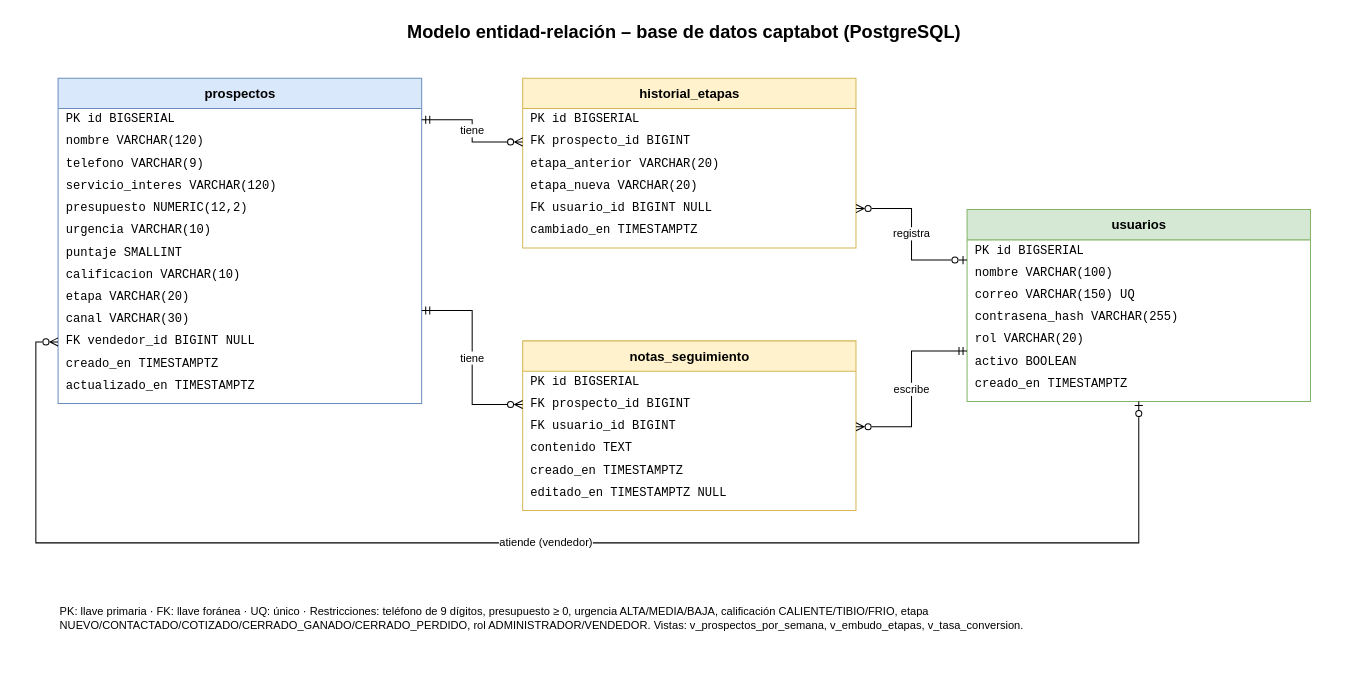
The draw.io diagram docs/diagramas/modelo-entidad-relacion.drawio in dwisardev/captabot-error404, before the edit. Source tidied: cells renumbered, new cells numbered last; positions are measured from the earlier drawing's top-left corner, leaving out a move shared by most shapes. Both pictures are drawn from the tidied source at 101%, with x=0, y=0 at pixel (17, 17).
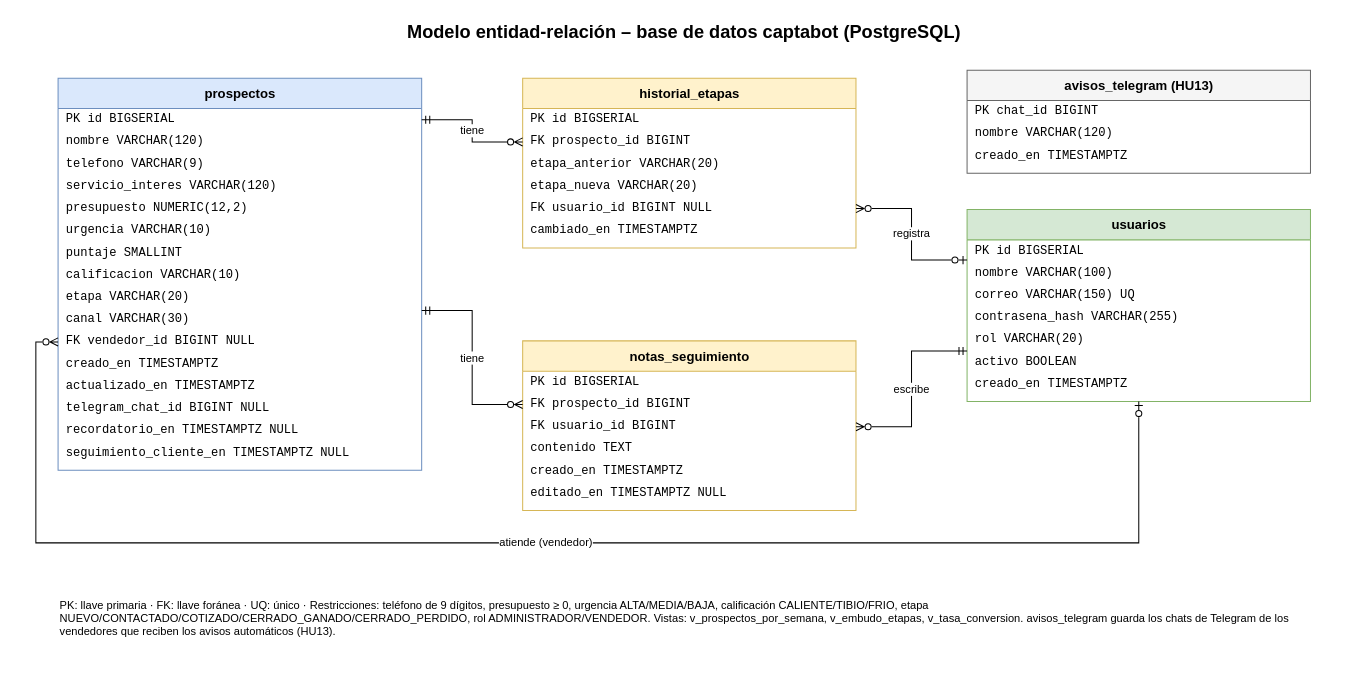
The same page after the edit.

Commit message (it also covers changes not shown here):
SCRUM-50 Agrega la tabla avisos_telegram y las columnas de la automatización al modelo entidad-relación

Claude-Session: https://claude.ai/code/session_01H7kSdfkHfV2igCU9K55eDj

Unchanged cells that the change refers to:
```xml
<mxCell id="17" value="historial_etapas" style="swimlane;fontStyle=1;horizontal=1;startSize=30;html=1;fillColor=#fff2cc;strokeColor=#d6b656;fontSize=13;" parent="1" vertex="1">
  <mxGeometry x="500" y="60" width="330" height="168" as="geometry" />
</mxCell>
<mxCell id="24" value="notas_seguimiento" style="swimlane;fontStyle=1;horizontal=1;startSize=30;html=1;fillColor=#fff2cc;strokeColor=#d6b656;fontSize=13;" parent="1" vertex="1">
  <mxGeometry x="500" y="320" width="330" height="168" as="geometry" />
</mxCell>
<mxCell id="31" value="usuarios" style="swimlane;fontStyle=1;horizontal=1;startSize=30;html=1;fillColor=#d5e8d4;strokeColor=#82b366;fontSize=13;" parent="1" vertex="1">
  <mxGeometry x="940" y="190" width="340" height="190" as="geometry" />
</mxCell>
```

The edit, as a diff of the source:
```diff
@@
     <mxCell id="3" value="prospectos" style="swimlane;fontStyle=1;horizontal=1;startSize=30;html=1;fillColor=#dae8fc;strokeColor=#6c8ebf;fontSize=13;" parent="1" vertex="1">
-      <mxGeometry x="40" y="60" width="360" height="322" as="geometry" />
+      <mxGeometry x="40" y="60" width="360" height="388" as="geometry" />
     </mxCell>
@@
+    <mxCell id="45" value="   telegram_chat_id BIGINT NULL" style="text;strokeColor=none;fillColor=none;align=left;verticalAlign=middle;spacingLeft=6;spacingRight=4;overflow=hidden;html=1;fontSize=12;fontFamily=Courier New;" parent="3" vertex="1">
+      <mxGeometry y="316" width="360" height="22" as="geometry" />
+    </mxCell>
+    <mxCell id="46" value="   recordatorio_en  TIMESTAMPTZ NULL" style="text;strokeColor=none;fillColor=none;align=left;verticalAlign=middle;spacingLeft=6;spacingRight=4;overflow=hidden;html=1;fontSize=12;fontFamily=Courier New;" parent="3" vertex="1">
+      <mxGeometry y="338" width="360" height="22" as="geometry" />
+    </mxCell>
+    <mxCell id="47" value="   seguimiento_cliente_en TIMESTAMPTZ NULL" style="text;strokeColor=none;fillColor=none;align=left;verticalAlign=middle;spacingLeft=6;spacingRight=4;overflow=hidden;html=1;fontSize=12;fontFamily=Courier New;" parent="3" vertex="1">
+      <mxGeometry y="360" width="360" height="22" as="geometry" />
+    </mxCell>
+    <mxCell id="48" value="avisos_telegram (HU13)" style="swimlane;fontStyle=1;horizontal=1;startSize=30;html=1;fillColor=#f5f5f5;strokeColor=#666666;fontSize=13;" parent="1" vertex="1">
+      <mxGeometry x="940" y="52" width="340" height="102" as="geometry" />
+    </mxCell>
+    <mxCell id="49" value="PK chat_id   BIGINT" style="text;strokeColor=none;fillColor=none;align=left;verticalAlign=middle;spacingLeft=6;spacingRight=4;overflow=hidden;html=1;fontSize=12;fontFamily=Courier New;" parent="48" vertex="1">
+      <mxGeometry y="30" width="340" height="22" as="geometry" />
+    </mxCell>
+    <mxCell id="50" value="   nombre    VARCHAR(120)" style="text;strokeColor=none;fillColor=none;align=left;verticalAlign=middle;spacingLeft=6;spacingRight=4;overflow=hidden;html=1;fontSize=12;fontFamily=Courier New;" parent="48" vertex="1">
+      <mxGeometry y="52" width="340" height="22" as="geometry" />
+    </mxCell>
+    <mxCell id="51" value="   creado_en TIMESTAMPTZ" style="text;strokeColor=none;fillColor=none;align=left;verticalAlign=middle;spacingLeft=6;spacingRight=4;overflow=hidden;html=1;fontSize=12;fontFamily=Courier New;" parent="48" vertex="1">
+      <mxGeometry y="74" width="340" height="22" as="geometry" />
+    </mxCell>
@@
-    <mxCell id="39" value="PK: llave primaria · FK: llave foránea · UQ: único · Restricciones: teléfono de 9 dígitos, presupuesto ≥ 0, urgencia ALTA/MEDIA/BAJA, calificación CALIENTE/TIBIO/FRIO, etapa NUEVO/CONTACTADO/COTIZADO/CERRADO_GANADO/CERRADO_PERDIDO, rol ADMINISTRADOR/VENDEDOR. Vistas: v_prospectos_por_semana, v_embudo_etapas, v_tasa_conversion." style="text;html=1;strokeColor=none;fillColor=none;align=left;verticalAlign=middle;whiteSpace=wrap;fontSize=11;" parent="1" vertex="1">
+    <mxCell id="39" value="PK: llave primaria · FK: llave foránea · UQ: único · Restricciones: teléfono de 9 dígitos, presupuesto ≥ 0, urgencia ALTA/MEDIA/BAJA, calificación CALIENTE/TIBIO/FRIO, etapa NUEVO/CONTACTADO/COTIZADO/CERRADO_GANADO/CERRADO_PERDIDO, rol ADMINISTRADOR/VENDEDOR. Vistas: v_prospectos_por_semana, v_embudo_etapas, v_tasa_conversion. avisos_telegram guarda los chats de Telegram de los vendedores que reciben los avisos automáticos (HU13)." style="text;html=1;strokeColor=none;fillColor=none;align=left;verticalAlign=middle;whiteSpace=wrap;fontSize=11;" parent="1" vertex="1">
       <mxGeometry x="40" y="550" width="1240" height="90" as="geometry" />
     </mxCell>
-    <mxCell id="40" value="tiene" style="html=1;rounded=0;fontSize=11;labelBackgroundColor=#ffffff;startArrow=ERmandOne;endArrow=ERzeroToMany;startFill=0;endFill=0;exitX=1.0;exitY=0.1273;exitDx=0;exitDy=0;entryX=0.0;entryY=0.375;entryDx=0;entryDy=0;" parent="1" edge="1" source="3" target="17">
+    <mxCell id="40" value="tiene" style="html=1;rounded=0;fontSize=11;labelBackgroundColor=#ffffff;startArrow=ERmandOne;endArrow=ERzeroToMany;startFill=0;endFill=0;exitX=1.0;exitY=0.1057;exitDx=0;exitDy=0;entryX=0.0;entryY=0.375;entryDx=0;entryDy=0;" parent="1" edge="1" source="3" target="17">
       <mxGeometry relative="1" as="geometry">
         <Array as="points">
           <mxPoint x="450" y="101" />
           <mxPoint x="450" y="123" />
         </Array>
       </mxGeometry>
     </mxCell>
-    <mxCell id="41" value="tiene" style="html=1;rounded=0;fontSize=11;labelBackgroundColor=#ffffff;startArrow=ERmandOne;endArrow=ERzeroToMany;startFill=0;endFill=0;exitX=1.0;exitY=0.7143;exitDx=0;exitDy=0;entryX=0.0;entryY=0.375;entryDx=0;entryDy=0;" parent="1" edge="1" source="3" target="24">
+    <mxCell id="41" value="tiene" style="html=1;rounded=0;fontSize=11;labelBackgroundColor=#ffffff;startArrow=ERmandOne;endArrow=ERzeroToMany;startFill=0;endFill=0;exitX=1.0;exitY=0.5928;exitDx=0;exitDy=0;entryX=0.0;entryY=0.375;entryDx=0;entryDy=0;" parent="1" edge="1" source="3" target="24">
       <mxGeometry relative="1" as="geometry">
         <Array as="points">
           <mxPoint x="450" y="290" />
           <mxPoint x="450" y="383" />
         </Array>
       </mxGeometry>
     </mxCell>
@@
-    <mxCell id="44" value="atiende (vendedor)" style="html=1;rounded=0;fontSize=11;labelBackgroundColor=#ffffff;startArrow=ERzeroToOne;endArrow=ERzeroToMany;startFill=0;endFill=0;exitX=0.5;exitY=1.0;exitDx=0;exitDy=0;entryX=0.0;entryY=0.8106;entryDx=0;entryDy=0;" parent="1" edge="1" source="31" target="3">
+    <mxCell id="44" value="atiende (vendedor)" style="html=1;rounded=0;fontSize=11;labelBackgroundColor=#ffffff;startArrow=ERzeroToOne;endArrow=ERzeroToMany;startFill=0;endFill=0;exitX=0.5;exitY=1.0;exitDx=0;exitDy=0;entryX=0.0;entryY=0.6727;entryDx=0;entryDy=0;" parent="1" edge="1" source="31" target="3">
       <mxGeometry relative="1" as="geometry">
         <Array as="points">
           <mxPoint x="1110" y="520" />
           <mxPoint x="18" y="520" />
           <mxPoint x="18" y="321" />
         </Array>
       </mxGeometry>
     </mxCell>
```
